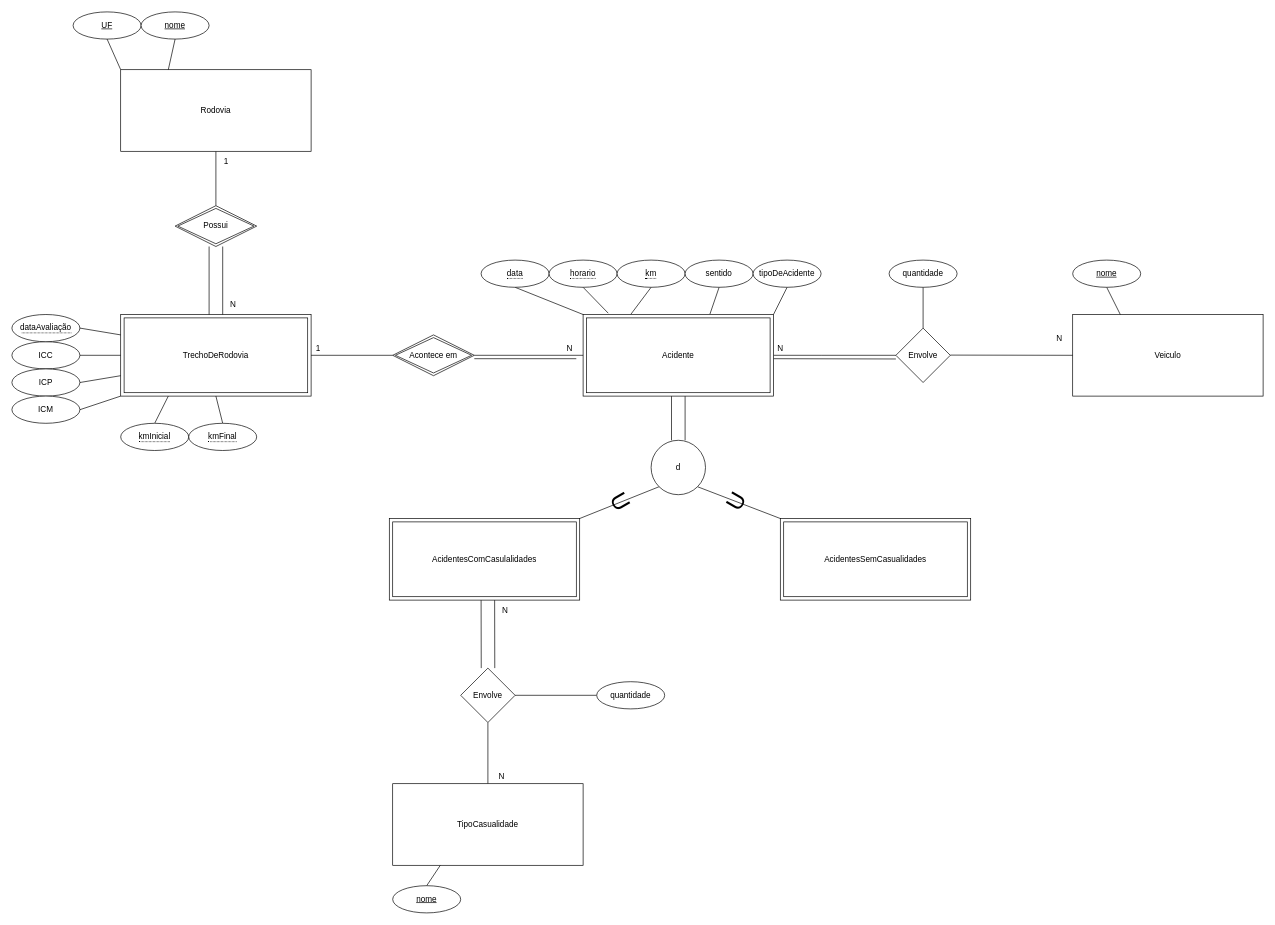
This is Diagramas/Modelo entidade relacionamento.drawio from rmshimomura/Road-accidents-analysis, a draw.io file, before an edit. Source tidied: cells renumbered, new cells numbered last; positions are measured from the earlier drawing's top-left corner, leaving out a move shared by most shapes. Both pictures are drawn from the tidied source at 68%, with x=0, y=0 at pixel (12, 12).
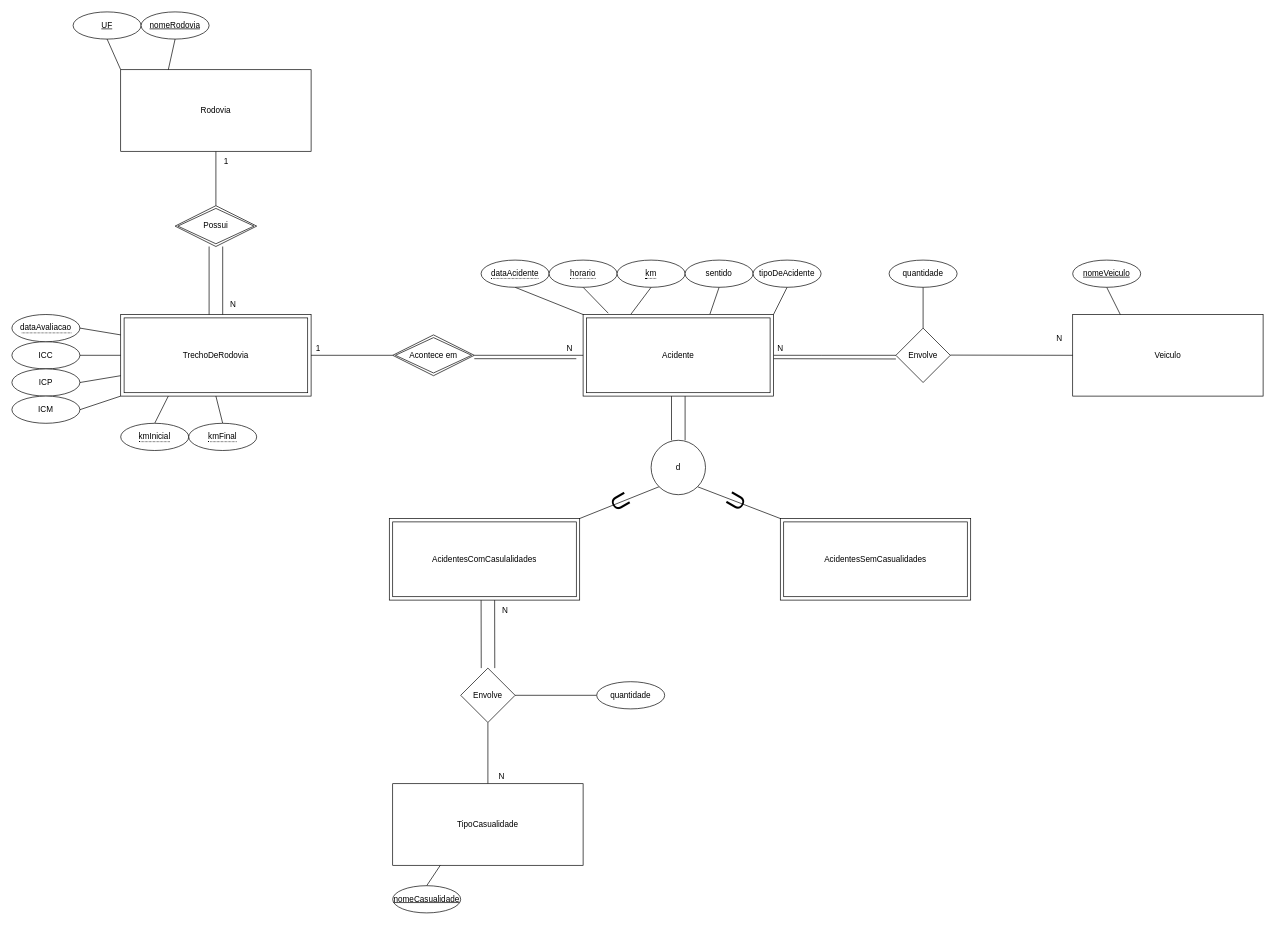
The same page after the edit.

The edit, as a diff of the source:
```diff
@@
-    <mxCell id="18" value="nome" style="ellipse;whiteSpace=wrap;html=1;align=center;fontStyle=4;" parent="1" vertex="1">
+    <mxCell id="18" value="nomeVeiculo" style="ellipse;whiteSpace=wrap;html=1;align=center;fontStyle=4;" parent="1" vertex="1">
       <mxGeometry x="1560" y="365" width="100" height="40" as="geometry" />
     </mxCell>
@@
-    <mxCell id="31" value="nome" style="ellipse;whiteSpace=wrap;html=1;align=center;fontStyle=4;" parent="1" vertex="1">
+    <mxCell id="31" value="nomeCasualidade" style="ellipse;whiteSpace=wrap;html=1;align=center;fontStyle=4;" parent="1" vertex="1">
       <mxGeometry x="560" y="1285" width="100" height="40" as="geometry" />
     </mxCell>
@@
-    <mxCell id="38" value="nome" style="ellipse;whiteSpace=wrap;html=1;align=center;fontStyle=4;" parent="1" vertex="1">
+    <mxCell id="38" value="nomeRodovia" style="ellipse;whiteSpace=wrap;html=1;align=center;fontStyle=4;" parent="1" vertex="1">
       <mxGeometry x="190" width="100" height="40" as="geometry" />
     </mxCell>
@@
-    <mxCell id="65" value="&lt;span style=&quot;border-bottom: 1px dotted&quot;&gt;data&lt;/span&gt;" style="ellipse;whiteSpace=wrap;html=1;align=center;" parent="1" vertex="1">
+    <mxCell id="65" value="&lt;span style=&quot;border-bottom: 1px dotted&quot;&gt;dataAcidente&lt;/span&gt;" style="ellipse;whiteSpace=wrap;html=1;align=center;" parent="1" vertex="1">
       <mxGeometry x="690" y="365" width="100" height="40" as="geometry" />
     </mxCell>
@@
-    <mxCell id="73" value="&lt;span style=&quot;border-bottom: 1px dotted&quot;&gt;dataAvaliação&lt;/span&gt;" style="ellipse;whiteSpace=wrap;html=1;align=center;" parent="1" vertex="1">
+    <mxCell id="73" value="&lt;span style=&quot;border-bottom: 1px dotted&quot;&gt;dataAvaliacao&lt;/span&gt;" style="ellipse;whiteSpace=wrap;html=1;align=center;" parent="1" vertex="1">
       <mxGeometry y="445" width="100" height="40" as="geometry" />
     </mxCell>
```
